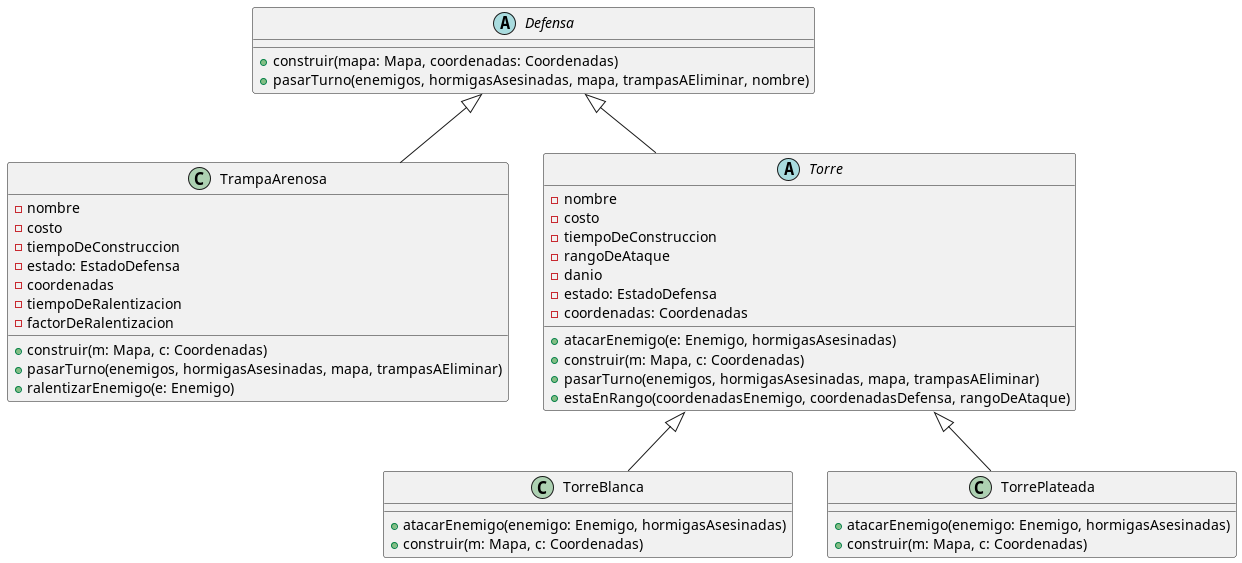
Aldumogi/AlgoDefense keeps this PlantUML diagram as diagrams/classes/Defensa/DC_Defensa.png. Above is the earlier version. Its diagram source:
```plantuml
@startuml

abstract Defensa {
+ construir(mapa: Mapa, coordenadas: Coordenadas)
+ pasarTurno(enemigos, hormigasAsesinadas, mapa, trampasAEliminar, nombre)
}

class TrampaArenosa {
- nombre
- costo
- tiempoDeConstruccion
- estado: EstadoDefensa
- coordenadas
- tiempoDeRalentizacion
- factorDeRalentizacion
+ construir(m: Mapa, c: Coordenadas)
+ pasarTurno(enemigos, hormigasAsesinadas, mapa, trampasAEliminar)
+ ralentizarEnemigo(e: Enemigo)
}

abstract Torre {
- nombre
- costo
- tiempoDeConstruccion
- rangoDeAtaque
- danio
- estado: EstadoDefensa
- coordenadas: Coordenadas
+ atacarEnemigo(e: Enemigo, hormigasAsesinadas)
+ construir(m: Mapa, c: Coordenadas)
+ pasarTurno(enemigos, hormigasAsesinadas, mapa, trampasAEliminar)
+ estaEnRango(coordenadasEnemigo, coordenadasDefensa, rangoDeAtaque)
}

class TorreBlanca {
+ atacarEnemigo(enemigo: Enemigo, hormigasAsesinadas)
+ construir(m: Mapa, c: Coordenadas)
}

class TorrePlateada {
+ atacarEnemigo(enemigo: Enemigo, hormigasAsesinadas)
+ construir(m: Mapa, c: Coordenadas)
}

Defensa <|-- TrampaArenosa
Defensa <|-- Torre
Torre <|-- TorreBlanca
Torre <|-- TorrePlateada

@enduml
```
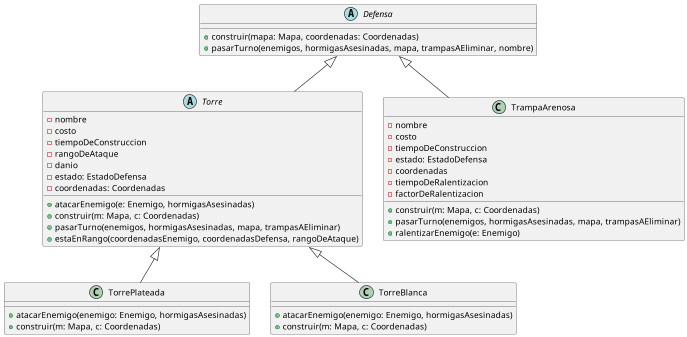
The same diagram one commit later.

Change to the diagram source:
```diff
@@ -5,44 +5,48 @@
 + pasarTurno(enemigos, hormigasAsesinadas, mapa, trampasAEliminar, nombre)
 }
 
-class TrampaArenosa {
-- nombre
-- costo
-- tiempoDeConstruccion
-- estado: EstadoDefensa
-- coordenadas
-- tiempoDeRalentizacion
-- factorDeRalentizacion
-+ construir(m: Mapa, c: Coordenadas)
-+ pasarTurno(enemigos, hormigasAsesinadas, mapa, trampasAEliminar)
-+ ralentizarEnemigo(e: Enemigo)
+together{
+    class TrampaArenosa {
+    - nombre
+    - costo
+    - tiempoDeConstruccion
+    - estado: EstadoDefensa
+    - coordenadas
+    - tiempoDeRalentizacion
+    - factorDeRalentizacion
+    + construir(m: Mapa, c: Coordenadas)
+    + pasarTurno(enemigos, hormigasAsesinadas, mapa, trampasAEliminar)
+    + ralentizarEnemigo(e: Enemigo)
+    }
+
+    abstract Torre {
+    - nombre
+    - costo
+    - tiempoDeConstruccion
+    - rangoDeAtaque
+    - danio
+    - estado: EstadoDefensa
+    - coordenadas: Coordenadas
+    + atacarEnemigo(e: Enemigo, hormigasAsesinadas)
+    + construir(m: Mapa, c: Coordenadas)
+    + pasarTurno(enemigos, hormigasAsesinadas, mapa, trampasAEliminar)
+    + estaEnRango(coordenadasEnemigo, coordenadasDefensa, rangoDeAtaque)
+    }
+
+    together{
+        class TorreBlanca {
+        + atacarEnemigo(enemigo: Enemigo, hormigasAsesinadas)
+        + construir(m: Mapa, c: Coordenadas)
+        }
+
+        class TorrePlateada {
+        + atacarEnemigo(enemigo: Enemigo, hormigasAsesinadas)
+        + construir(m: Mapa, c: Coordenadas)
+        }
+    }
 }
 
-abstract Torre {
-- nombre
-- costo
-- tiempoDeConstruccion
-- rangoDeAtaque
-- danio
-- estado: EstadoDefensa
-- coordenadas: Coordenadas
-+ atacarEnemigo(e: Enemigo, hormigasAsesinadas)
-+ construir(m: Mapa, c: Coordenadas)
-+ pasarTurno(enemigos, hormigasAsesinadas, mapa, trampasAEliminar)
-+ estaEnRango(coordenadasEnemigo, coordenadasDefensa, rangoDeAtaque)
-}
-
-class TorreBlanca {
-+ atacarEnemigo(enemigo: Enemigo, hormigasAsesinadas)
-+ construir(m: Mapa, c: Coordenadas)
-}
-
-class TorrePlateada {
-+ atacarEnemigo(enemigo: Enemigo, hormigasAsesinadas)
-+ construir(m: Mapa, c: Coordenadas)
-}
-
-Defensa <|-- TrampaArenosa
+TrampaArenosa -|> Defensa
 Defensa <|-- Torre
 Torre <|-- TorreBlanca
 Torre <|-- TorrePlateada
```
